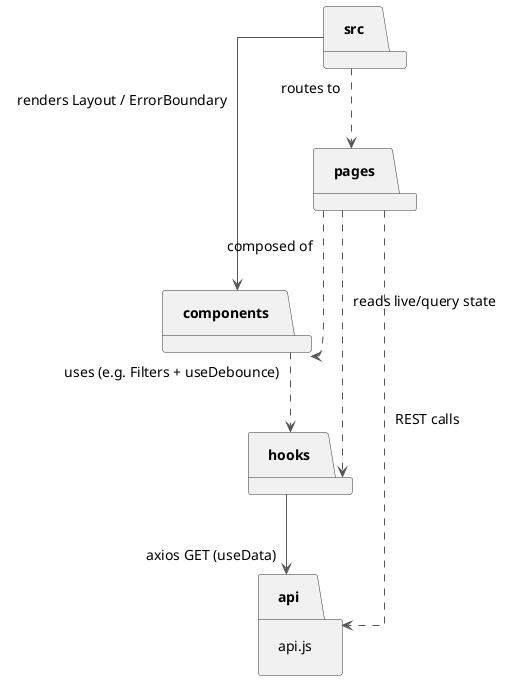
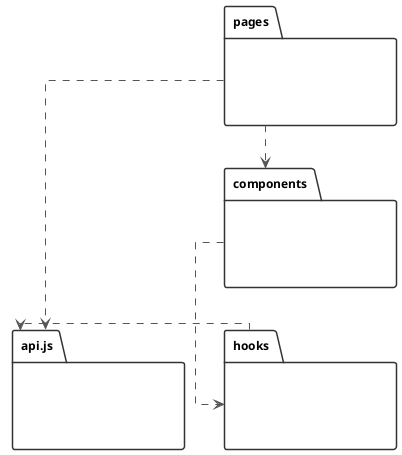
@startuml component-based
top to bottom direction

skinparam shadowing false
- skinparam packageStyle rectangle
+ skinparam packageStyle folder
skinparam linetype ortho
skinparam defaultFontName "Sans"
skinparam ArrowColor #555555
skinparam packageBorderColor #333333
- skinparam padding 10
- skinparam ranksep 80
+ skinparam padding 5
+ skinparam ranksep 120
skinparam nodesep 50
- skinparam DefaultFontSize 14
- skinparam packageFontSize 14
+ skinparam DefaultFontSize 16
+ skinparam packageFontSize 12

hide circle
hide empty members

+ package pages {
+   class " " as _pagesA
+   class " " as _pagesB
+   hide _pagesA
+   hide _pagesB
+   _pagesA -[hidden]right- _pagesB
+ }
+ 
+ package components {
+   class " " as _componentsA
+   class " " as _componentsB
+   hide _componentsA
+   hide _componentsB
+   _componentsA -[hidden]right- _componentsB
+ }
+ 
+ package hooks {
+   class " " as _hooksA
+   class " " as _hooksB
+   hide _hooksA
+   hide _hooksB
+   _hooksA -[hidden]right- _hooksB
+ }
+ 
+ package "api.js" as api {
+   class " " as _apiA
+   class " " as _apiB
+   hide _apiA
+   hide _apiB
+   _apiA -[hidden]right- _apiB
+ }
+ 
' =====================================================
- ' Generic Component-based architecture
- ' Used by: dashboard-fe
+ ' Layout
' =====================================================

- package src
- 
- package pages
- 
- package components
- 
- package hooks
- 
- package "api.js" as api
+ pages -[hidden]down- components
+ components -[hidden]down- hooks
+ hooks -[hidden]right- api

' =====================================================
- ' Composition & data-flow relationships
+ ' Dependencies
' =====================================================

- src --> components : renders Layout / ErrorBoundary
- src ..> pages : routes to
+ pages ..> components
+ components ..> hooks

- pages ..> components : composed of
- pages ..> hooks : reads live/query state
- pages ..> api : REST calls
+ pages ..> api
+ hooks ..> api

- components ..> hooks : uses (e.g. Filters + useDebounce)
- 
- hooks --> api : axios GET (useData)
- 
- ' useSSE talks directly to the backend via new EventSource('/api/stream'),
- ' bypassing the api.js axios client.
- 
- ' =====================================================
- ' Layout hints
- ' =====================================================
- 
- src -[hidden]down- pages
- pages -[hidden]down- components
- components -[hidden]right- hooks
- hooks -[hidden]down- api
- 
- ' Each page is a self-contained view composed from shared, presentational
- ' components and stateful hooks; pages do not share state directly with
- ' each other, only via hooks/api.
- 
- @enduml
+ @enduml